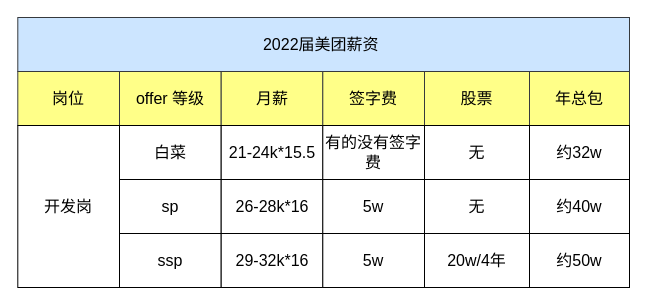
This is 杂/22届美团.drawio from xiaolincoder/ImageHost4, a draw.io file, before an edit. Source tidied: cells renumbered, new cells numbered last; positions are measured from the earlier drawing's top-left corner, leaving out a move shared by most shapes. Both pictures are drawn from the tidied source at 100%, with x=0, y=0 at pixel (17, 17).
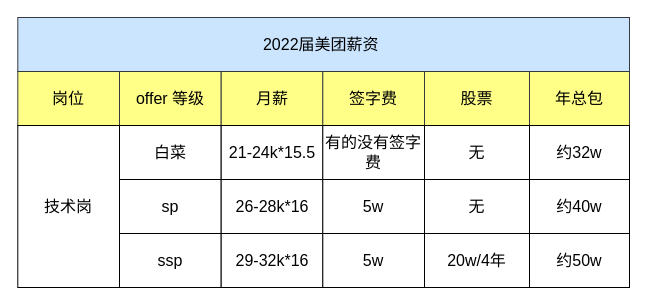
After the change.

Change to the diagram source:
```diff
@@
-    <mxCell id="13" value="开发岗" style="rounded=0;whiteSpace=wrap;html=1;fontSize=16;" parent="1" vertex="1">
+    <mxCell id="13" value="技术岗" style="rounded=0;whiteSpace=wrap;html=1;fontSize=16;" parent="1" vertex="1">
       <mxGeometry x="0.3" y="108" width="101.7" height="162" as="geometry" />
     </mxCell>
```
